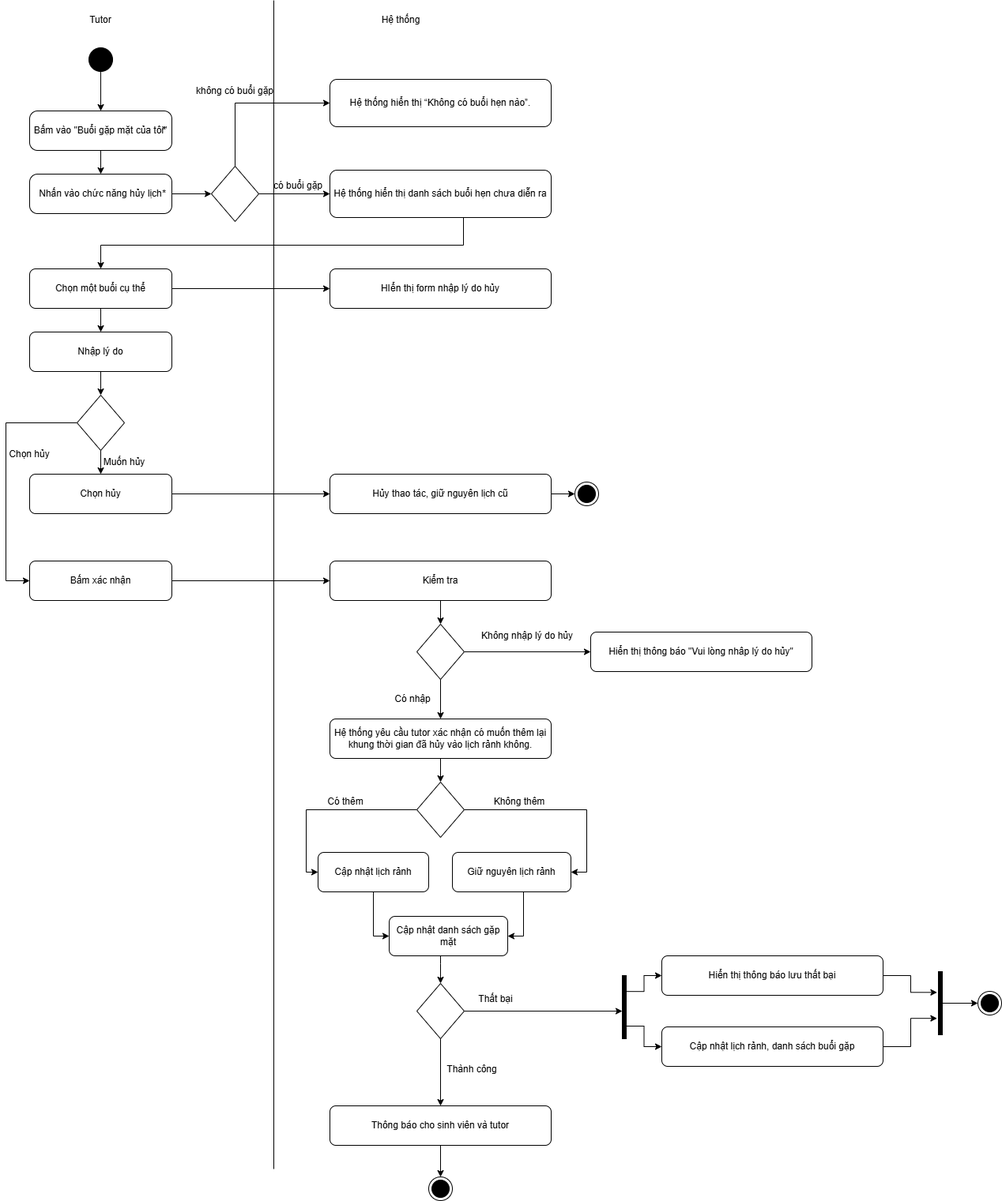
giakhang1704/SE_REPORT keeps this draw.io diagram as Image/AC_SE-Ac Cancel Tutor.drawio.png. Above is the earlier version. Source tidied: cells renumbered, new cells last; positions are measured from the earlier drawing's top-left corner, leaving out a move shared by most shapes.
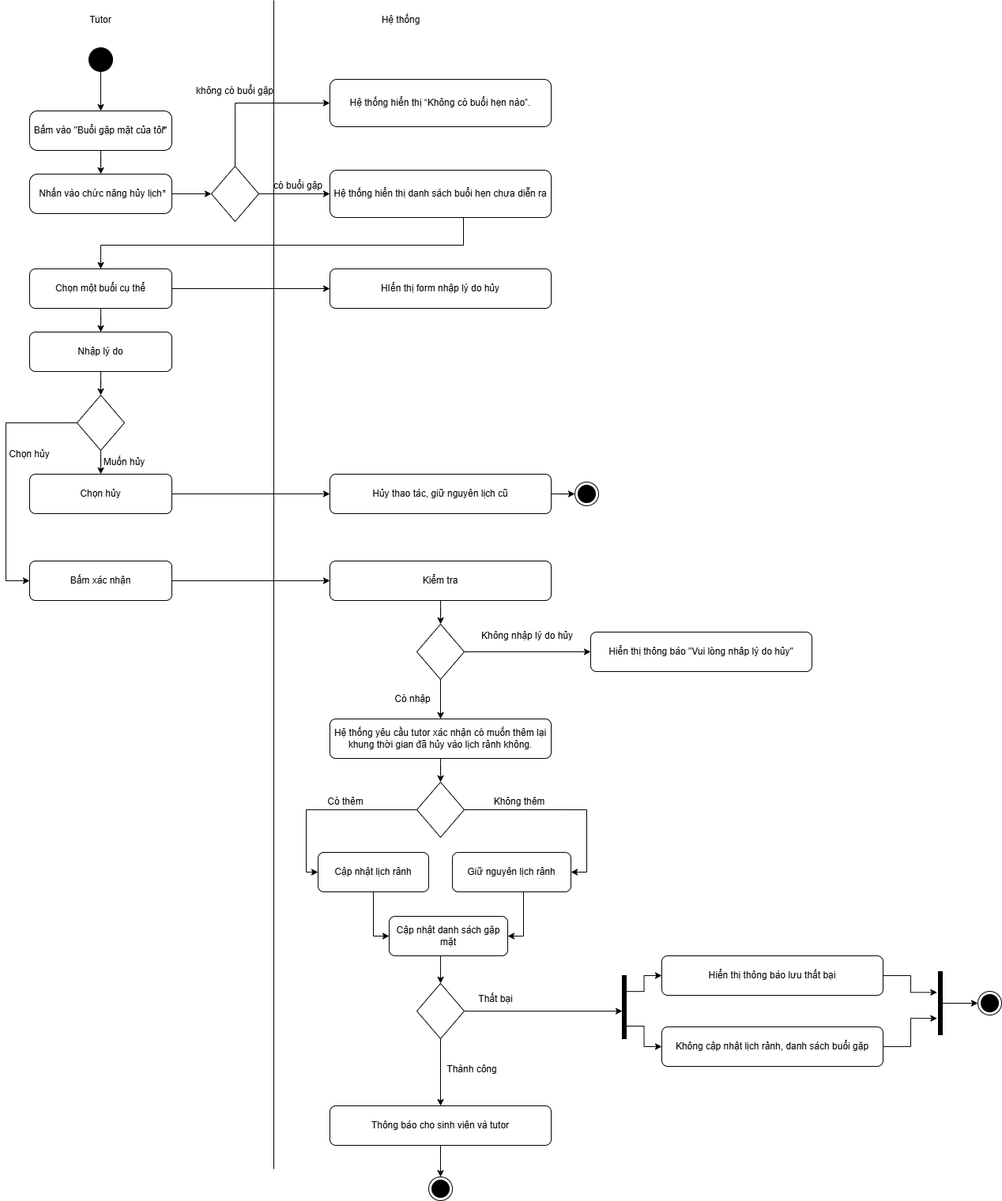
The same file after the commit.

The edit, as a diff of the source:
```diff
@@ -177,7 +177,7 @@
     <mxCell id="52" value="Hiển thị thông báo lưu thất bại" style="rounded=1;whiteSpace=wrap;html=1;" parent="1" vertex="1">
       <mxGeometry x="830" y="1210" width="280" height="50" as="geometry" />
     </mxCell>
-    <mxCell id="53" value="Cập nhật lịch rảnh, danh sách buổi gặp" style="rounded=1;whiteSpace=wrap;html=1;" parent="1" vertex="1">
+    <mxCell id="53" value="Không cập nhật lịch rảnh, danh sách buổi gặp" style="rounded=1;whiteSpace=wrap;html=1;" parent="1" vertex="1">
       <mxGeometry x="830" y="1300" width="280" height="50" as="geometry" />
     </mxCell>
     <mxCell id="54" style="edgeStyle=orthogonalEdgeStyle;rounded=0;jettySize=auto;html=1;entryX=0;entryY=0.5;entryDx=0;entryDy=0;" parent="1" edge="1" source="55" target="58">
```
